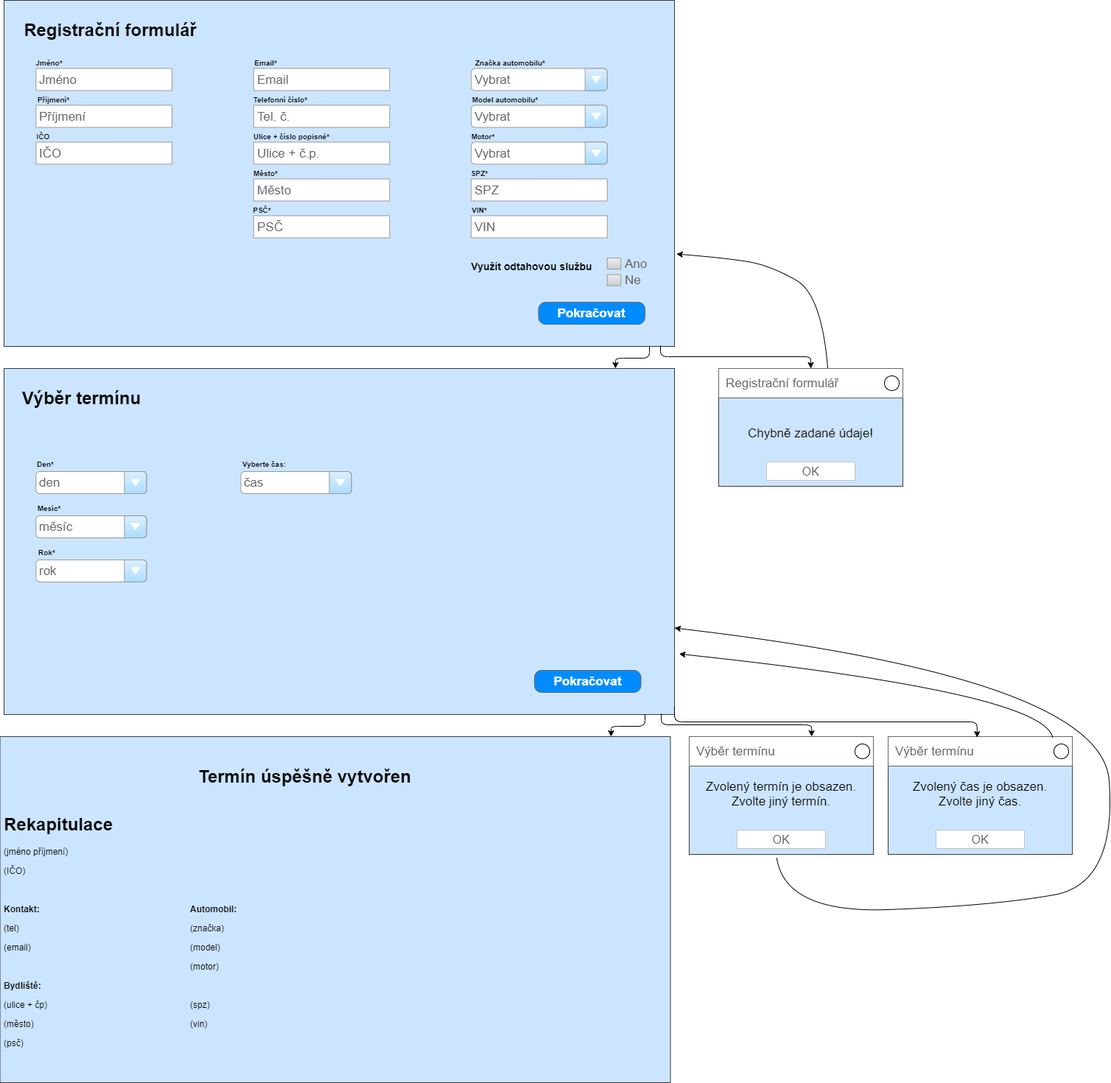
This is wireframe.png from Soveticka/swi_semestral, a draw.io export, as it was before one commit. Source tidied: cells renumbered, new cells last; positions are measured from the earlier drawing's top-left corner, leaving out a move shared by most shapes.
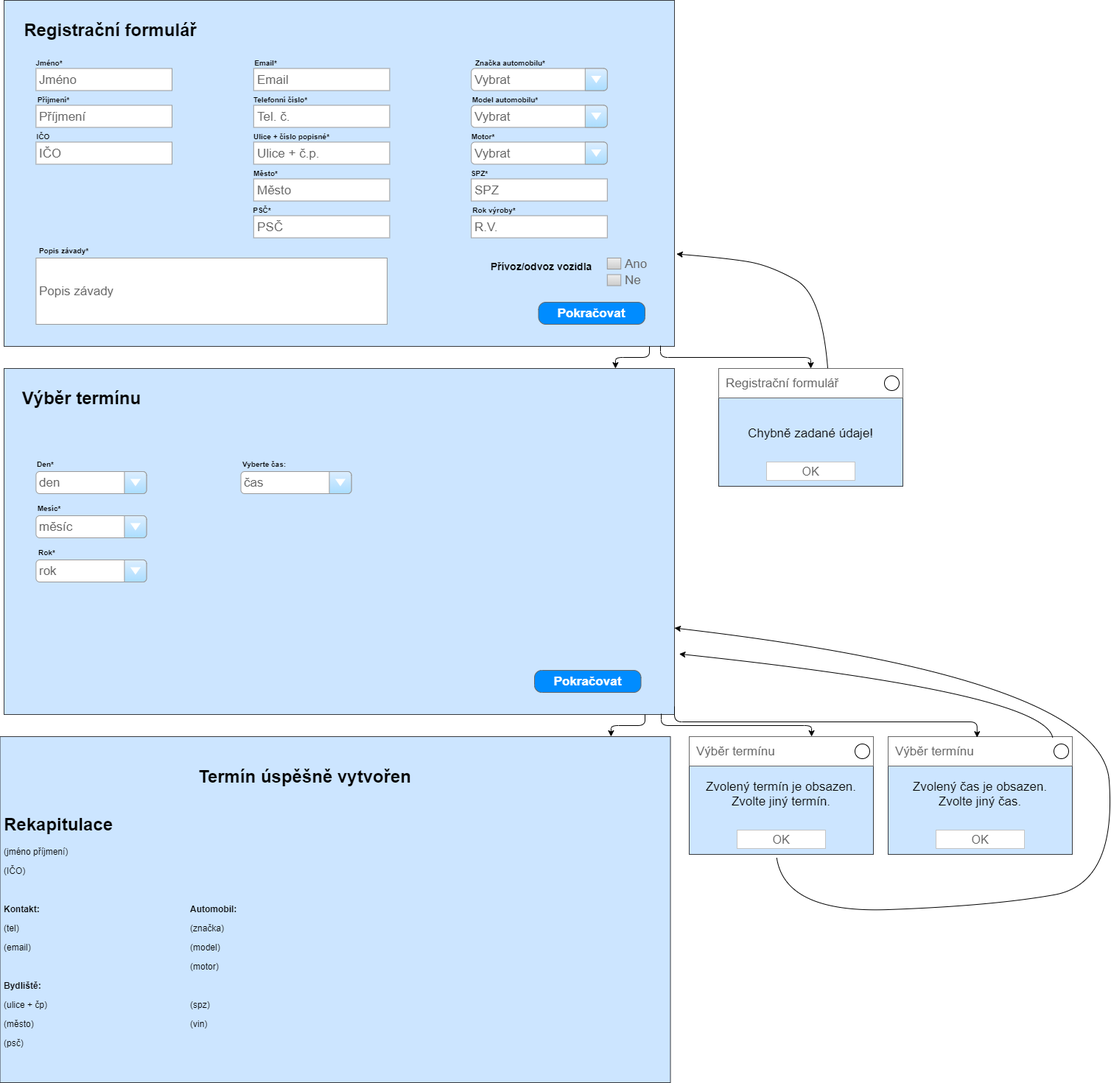
The same file after the commit.

What changed in the source:
```diff
@@ -26,7 +26,7 @@
     <mxCell id="9" value="SPZ" style="strokeWidth=1;shadow=0;dashed=0;align=center;html=1;shape=mxgraph.mockup.forms.pwField;strokeColor=#999999;mainText=;align=left;fontColor=#666666;fontSize=17;spacingLeft=3;" parent="1" vertex="1">
       <mxGeometry x="639.2" y="242.5" width="184.6" height="30" as="geometry" />
     </mxCell>
-    <mxCell id="10" value="VIN" style="strokeWidth=1;shadow=0;dashed=0;align=center;html=1;shape=mxgraph.mockup.forms.pwField;strokeColor=#999999;mainText=;align=left;fontColor=#666666;fontSize=17;spacingLeft=3;" parent="1" vertex="1">
+    <mxCell id="10" value="R.V." style="strokeWidth=1;shadow=0;dashed=0;align=center;html=1;shape=mxgraph.mockup.forms.pwField;strokeColor=#999999;mainText=;align=left;fontColor=#666666;fontSize=17;spacingLeft=3;" parent="1" vertex="1">
       <mxGeometry x="639.2" y="292.5" width="184.6" height="30" as="geometry" />
     </mxCell>
     <mxCell id="11" value="Email" style="strokeWidth=1;shadow=0;dashed=0;align=center;html=1;shape=mxgraph.mockup.forms.pwField;strokeColor=#999999;mainText=;align=left;fontColor=#666666;fontSize=17;spacingLeft=3;" parent="1" vertex="1">
@@ -89,11 +89,11 @@
     <mxCell id="30" value="&lt;font style=&quot;font-size: 10px&quot;&gt;SPZ*&lt;/font&gt;" style="text;strokeColor=none;fillColor=none;html=1;fontSize=24;fontStyle=1;verticalAlign=middle;align=center;" parent="1" vertex="1">
       <mxGeometry x="625.3" y="220" width="50" height="20" as="geometry" />
     </mxCell>
-    <mxCell id="31" value="&lt;font style=&quot;font-size: 10px&quot;&gt;VIN*&lt;/font&gt;" style="text;strokeColor=none;fillColor=none;html=1;fontSize=24;fontStyle=1;verticalAlign=middle;align=center;" parent="1" vertex="1">
-      <mxGeometry x="625.3" y="270" width="50" height="20" as="geometry" />
+    <mxCell id="31" value="&lt;font style=&quot;font-size: 10px&quot;&gt;Rok výroby*&lt;/font&gt;" style="text;strokeColor=none;fillColor=none;html=1;fontSize=24;fontStyle=1;verticalAlign=middle;align=center;" parent="1" vertex="1">
+      <mxGeometry x="625.3" y="270" width="89.7" height="20" as="geometry" />
     </mxCell>
-    <mxCell id="32" value="&lt;font style=&quot;font-size: 14px&quot;&gt;Využít odtahovou službu&lt;/font&gt;" style="text;strokeColor=none;fillColor=none;html=1;fontSize=24;fontStyle=1;verticalAlign=middle;align=center;" parent="1" vertex="1">
-      <mxGeometry x="625.3" y="342.5" width="190.5" height="30" as="geometry" />
+    <mxCell id="32" value="&lt;font style=&quot;font-size: 14px&quot;&gt;Přívoz/odvoz vozidla&lt;/font&gt;" style="text;strokeColor=none;fillColor=none;html=1;fontSize=24;fontStyle=1;verticalAlign=middle;align=center;" parent="1" vertex="1">
+      <mxGeometry x="639.2" y="350" width="190.5" height="15" as="geometry" />
     </mxCell>
     <mxCell id="33" value="Registrační formulář" style="text;strokeColor=none;fillColor=none;html=1;fontSize=24;fontStyle=1;verticalAlign=middle;align=center;" parent="1" vertex="1">
       <mxGeometry x="25" y="20" width="248.9" height="40" as="geometry" />
@@ -244,5 +244,11 @@
         </Array>
       </mxGeometry>
     </mxCell>
+    <mxCell id="69" value="Popis závady" style="strokeWidth=1;shadow=0;dashed=0;align=center;html=1;shape=mxgraph.mockup.forms.pwField;strokeColor=#999999;mainText=;align=left;fontColor=#666666;fontSize=17;spacingLeft=3;" parent="1" vertex="1">
+      <mxGeometry x="48.4" y="350" width="476.6" height="90" as="geometry" />
+    </mxCell>
+    <mxCell id="70" value="&lt;font style=&quot;font-size: 10px&quot;&gt;Popis závady*&lt;/font&gt;" style="text;strokeColor=none;fillColor=none;html=1;fontSize=24;fontStyle=1;verticalAlign=middle;align=center;" parent="1" vertex="1">
+      <mxGeometry x="36.1" y="320" width="100" height="30" as="geometry" />
+    </mxCell>
   </root>
 </mxGraphModel>
```
